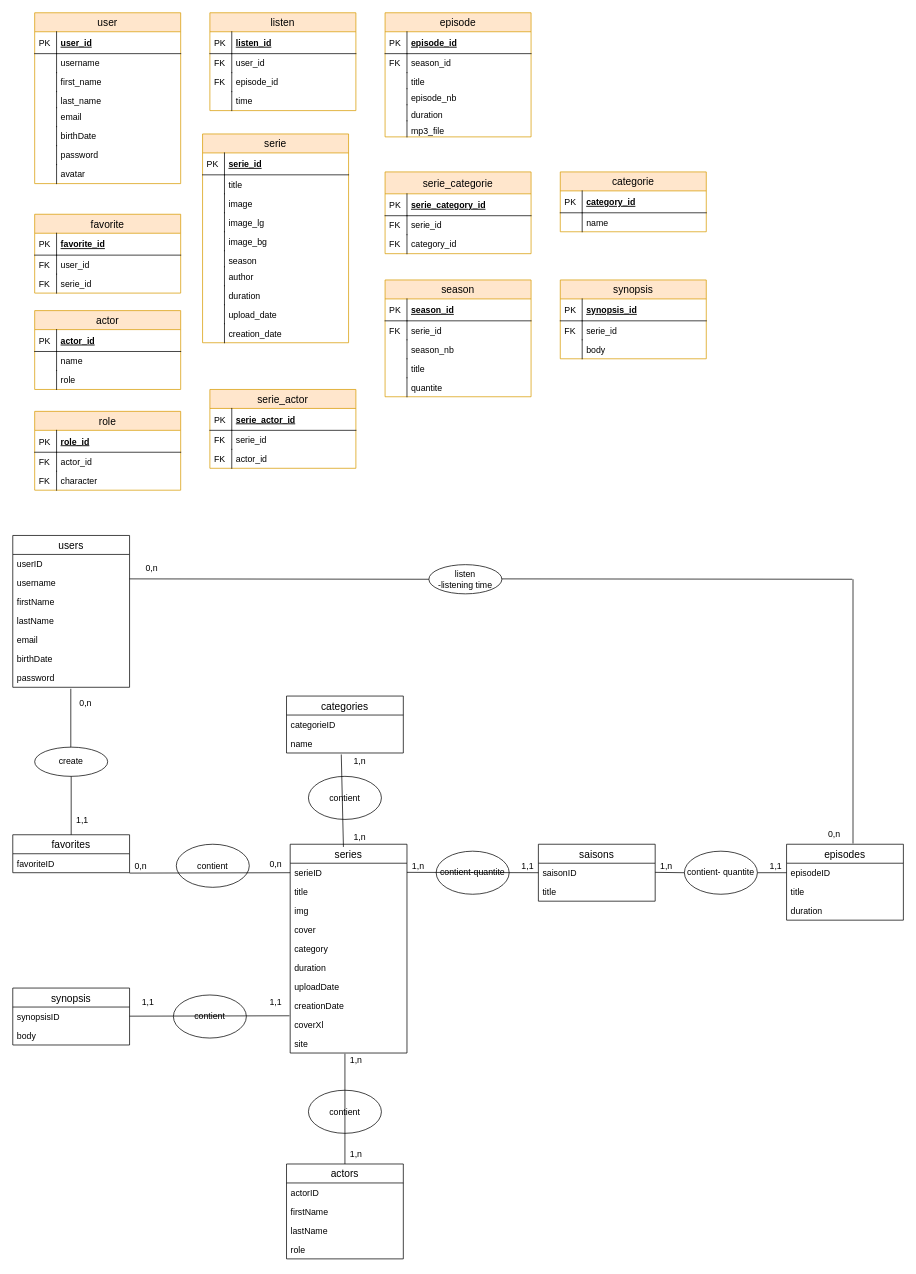
Before: conception/MCD-MLD/MCD-MLDwaventure.drawio in BorisJerrar/Waventure, a draw.io diagram. Source tidied: cells renumbered, new cells numbered last; positions are measured from the earlier drawing's top-left corner, leaving out a move shared by most shapes. Both pictures are drawn from the tidied source at 73%, with x=0, y=0 at pixel (12, 12).
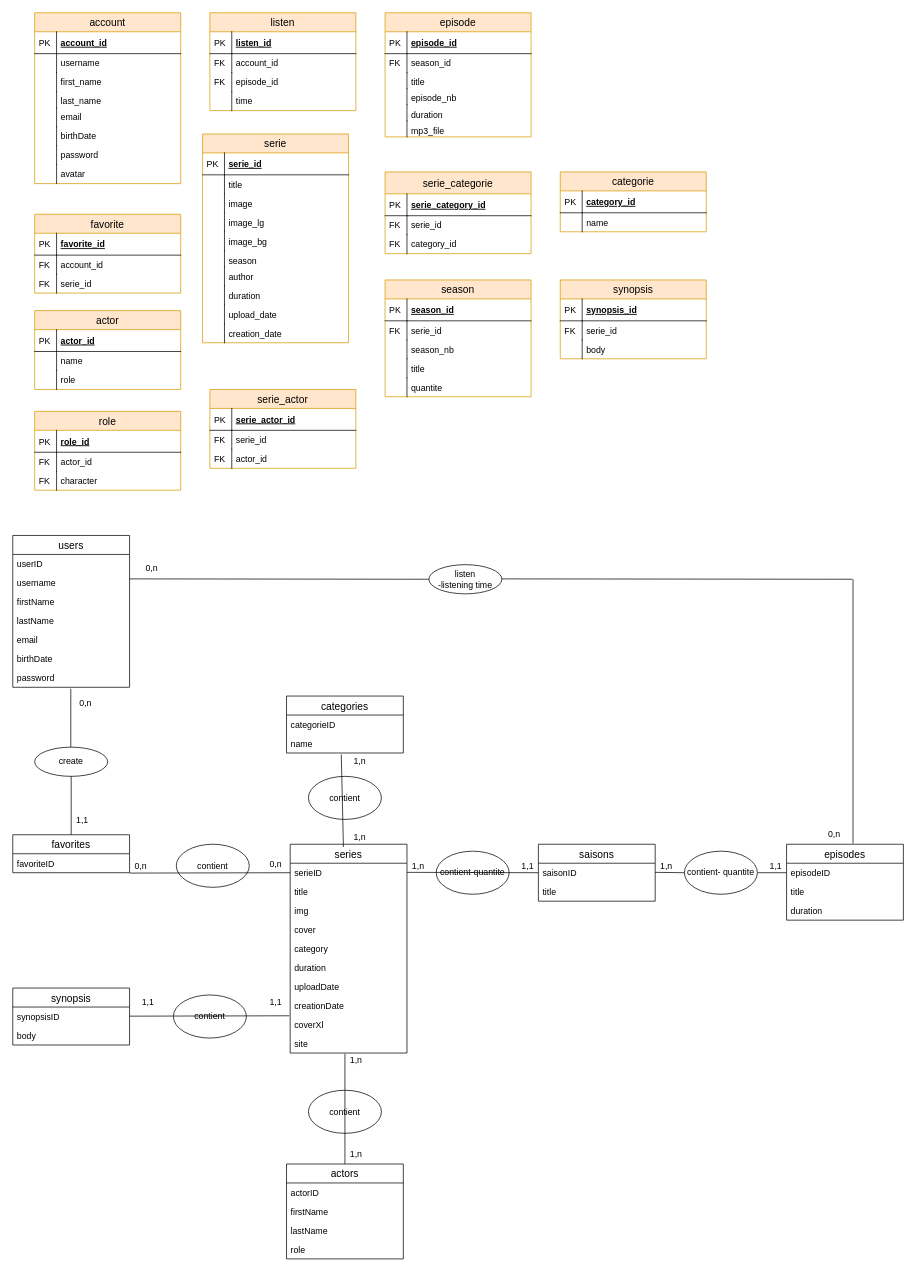
Above is the later version.

The change refers to these unchanged cells:
```xml
<mxCell id="77" value="listen" style="swimlane;fontStyle=0;horizontal=1;startSize=26;align=center;fontSize=14;strokeWidth=1;fillColor=#ffe6cc;strokeColor=#d79b00;" parent="1" vertex="1">
  <mxGeometry x="270" width="200" height="134" as="geometry" />
</mxCell>
<mxCell id="130" value="favorite" style="swimlane;fontStyle=0;horizontal=1;startSize=26;align=center;fontSize=14;strokeWidth=1;fillColor=#ffe6cc;strokeColor=#d79b00;" parent="1" vertex="1">
  <mxGeometry x="30" y="276" width="200" height="108" as="geometry" />
</mxCell>
```

The edit, as a diff of the source:
```diff
@@
-    <mxCell id="80" value="user_id" style="shape=partialRectangle;top=0;left=0;right=0;bottom=0;align=left;verticalAlign=top;fillColor=none;spacingLeft=34;spacingRight=4;overflow=hidden;fontSize=12;" parent="77" vertex="1">
+    <mxCell id="80" value="account_id" style="shape=partialRectangle;top=0;left=0;right=0;bottom=0;align=left;verticalAlign=top;fillColor=none;spacingLeft=34;spacingRight=4;overflow=hidden;fontSize=12;" parent="77" vertex="1">
       <mxGeometry y="56" width="200" height="26" as="geometry" />
     </mxCell>
@@
-    <mxCell id="113" value="user" style="swimlane;fontStyle=0;horizontal=1;startSize=26;align=center;fontSize=14;strokeWidth=1;fillColor=#ffe6cc;strokeColor=#d79b00;" parent="1" vertex="1">
+    <mxCell id="113" value="account" style="swimlane;fontStyle=0;horizontal=1;startSize=26;align=center;fontSize=14;strokeWidth=1;fillColor=#ffe6cc;strokeColor=#d79b00;" parent="1" vertex="1">
       <mxGeometry x="30" width="200" height="234" as="geometry" />
     </mxCell>
-    <mxCell id="114" value="user_id" style="shape=partialRectangle;top=0;left=0;right=0;bottom=1;align=left;verticalAlign=middle;fillColor=none;spacingLeft=34;spacingRight=4;overflow=hidden;fontStyle=5;fontSize=12;" parent="113" vertex="1">
+    <mxCell id="114" value="account_id" style="shape=partialRectangle;top=0;left=0;right=0;bottom=1;align=left;verticalAlign=middle;fillColor=none;spacingLeft=34;spacingRight=4;overflow=hidden;fontStyle=5;fontSize=12;" parent="113" vertex="1">
       <mxGeometry y="26" width="200" height="30" as="geometry" />
     </mxCell>
@@
-    <mxCell id="133" value="user_id" style="shape=partialRectangle;top=0;left=0;right=0;bottom=0;align=left;verticalAlign=top;fillColor=none;spacingLeft=34;spacingRight=4;overflow=hidden;fontSize=12;strokeWidth=1;" parent="130" vertex="1">
+    <mxCell id="133" value="account_id" style="shape=partialRectangle;top=0;left=0;right=0;bottom=0;align=left;verticalAlign=top;fillColor=none;spacingLeft=34;spacingRight=4;overflow=hidden;fontSize=12;strokeWidth=1;" parent="130" vertex="1">
       <mxGeometry y="56" width="200" height="26" as="geometry" />
     </mxCell>
```
